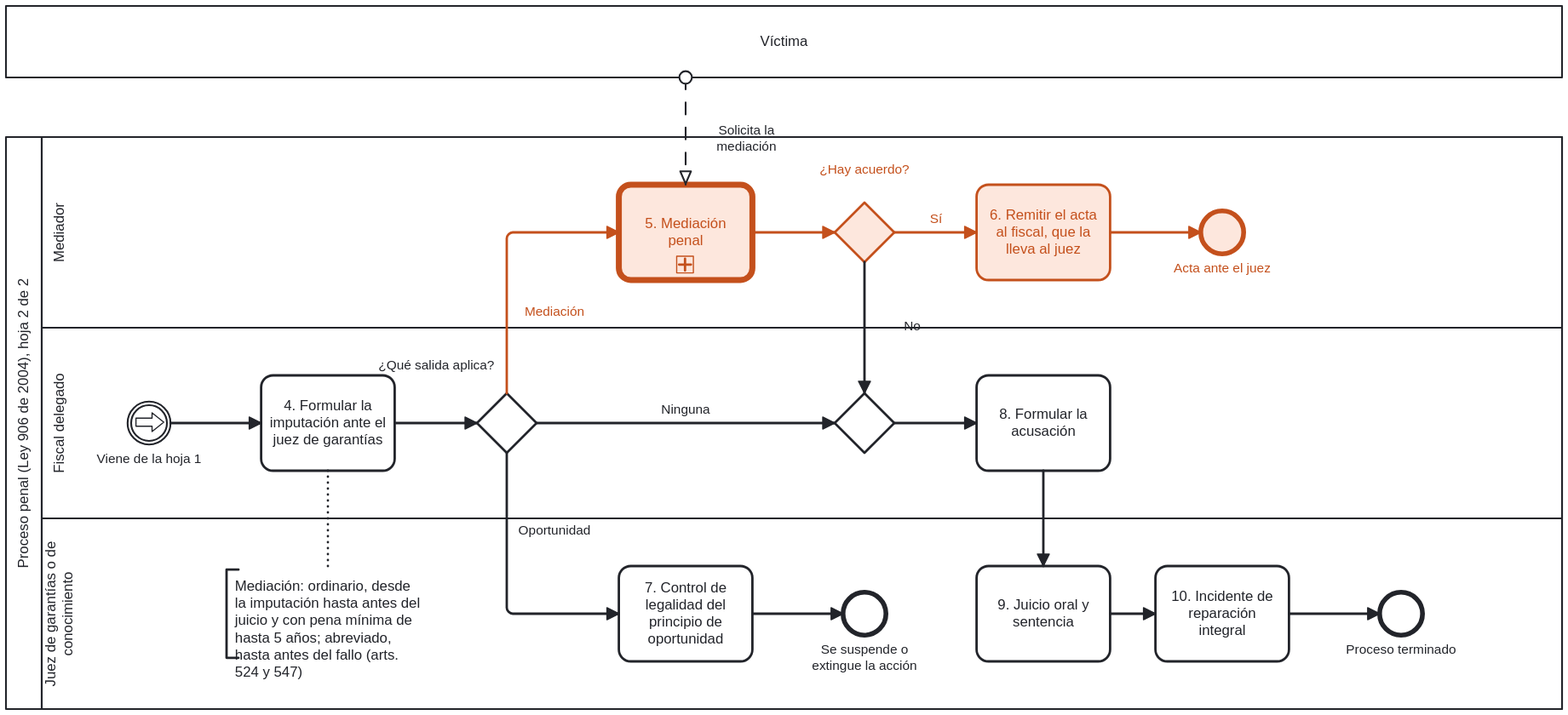
The BPMN diagram figuras/proceso-penal-2.svg in fsotosa-ops/justicia-restaurativa, before a commit. Its source is kept beside it as procesos/proceso-penal-2.bpmn. Ids are renumbered.
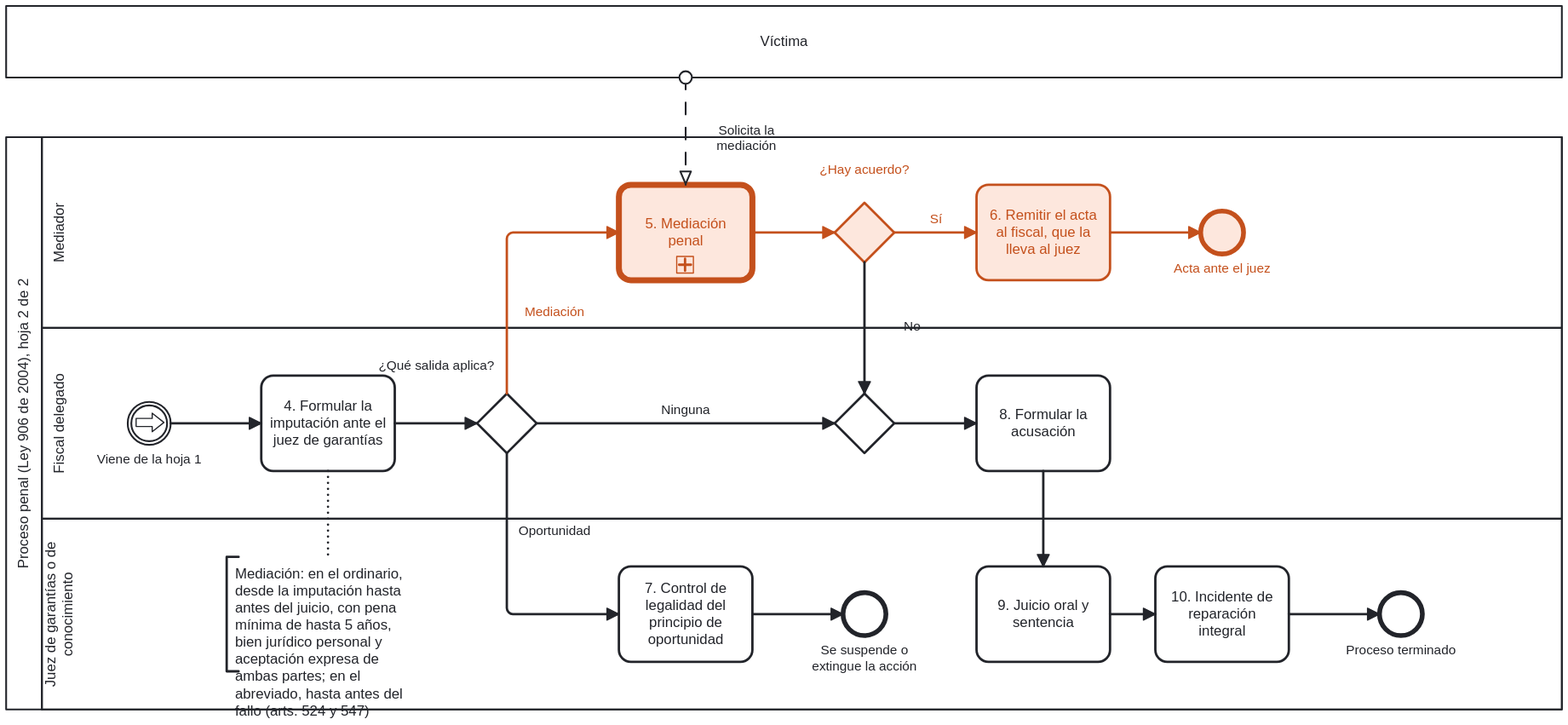
Above is the later version.

Change to the diagram source:
```diff
@@ -91,7 +91,7 @@
     <bpmn:endEvent id="fin" name="Proceso terminado">
       <bpmn:incoming>f13</bpmn:incoming>
     </bpmn:endEvent>
-    <bpmn:textAnnotation id="n_med"><bpmn:text>Mediación: ordinario, desde la imputación hasta antes del juicio y con pena mínima de hasta 5 años; abreviado, hasta antes del fallo (arts. 524 y 547)</bpmn:text></bpmn:textAnnotation>
+    <bpmn:textAnnotation id="n_med"><bpmn:text>Mediación: en el ordinario, desde la imputación hasta antes del juicio, con pena mínima de hasta 5 años, bien jurídico personal y aceptación expresa de ambas partes; en el abreviado, hasta antes del fallo (arts. 524 y 547)</bpmn:text></bpmn:textAnnotation>
     <bpmn:sequenceFlow id="f0" sourceRef="de_hoja1" targetRef="t5"/>
     <bpmn:sequenceFlow id="f1" sourceRef="t5" targetRef="g4"/>
     <bpmn:sequenceFlow id="f2" sourceRef="g4" targetRef="cm" name="Mediación"/>
@@ -150,7 +150,7 @@
       <bpmndi:BPMNShape id="s_fin" bpmnElement="fin"><dc:Bounds x="1152" y="492" width="36" height="36"/>
         <bpmndi:BPMNLabel><dc:Bounds x="1115" y="534" width="110" height="28"/></bpmndi:BPMNLabel>
       </bpmndi:BPMNShape>
-      <bpmndi:BPMNShape id="s_n_med" bpmnElement="n_med"><dc:Bounds x="185" y="473" width="170" height="74"/>
+      <bpmndi:BPMNShape id="s_n_med" bpmnElement="n_med"><dc:Bounds x="185" y="462" width="170" height="96"/>
       </bpmndi:BPMNShape>
       <bpmndi:BPMNEdge id="e_f0" bpmnElement="f0"><di:waypoint x="138" y="350"/><di:waypoint x="214" y="350"/></bpmndi:BPMNEdge>
       <bpmndi:BPMNEdge id="e_f1" bpmnElement="f1"><di:waypoint x="326" y="350"/><di:waypoint x="395" y="350"/></bpmndi:BPMNEdge>
@@ -167,7 +167,7 @@
       <bpmndi:BPMNEdge id="e_f12" bpmnElement="f12"><di:waypoint x="926" y="510"/><di:waypoint x="964" y="510"/></bpmndi:BPMNEdge>
       <bpmndi:BPMNEdge id="e_f13" bpmnElement="f13"><di:waypoint x="1076" y="510"/><di:waypoint x="1152" y="510"/></bpmndi:BPMNEdge>
       <bpmndi:BPMNEdge id="e_mf0" bpmnElement="mf0"><di:waypoint x="570" y="60"/><di:waypoint x="570" y="150"/><bpmndi:BPMNLabel><dc:Bounds x="576" y="98" width="90" height="14"/></bpmndi:BPMNLabel></bpmndi:BPMNEdge>
-      <bpmndi:BPMNEdge id="e_asoc0" bpmnElement="asoc0"><di:waypoint x="270" y="390"/><di:waypoint x="270" y="473"/></bpmndi:BPMNEdge>
+      <bpmndi:BPMNEdge id="e_asoc0" bpmnElement="asoc0"><di:waypoint x="270" y="390"/><di:waypoint x="270" y="462"/></bpmndi:BPMNEdge>
     </bpmndi:BPMNPlane>
   </bpmndi:BPMNDiagram>
 </bpmn:definitions>
```
